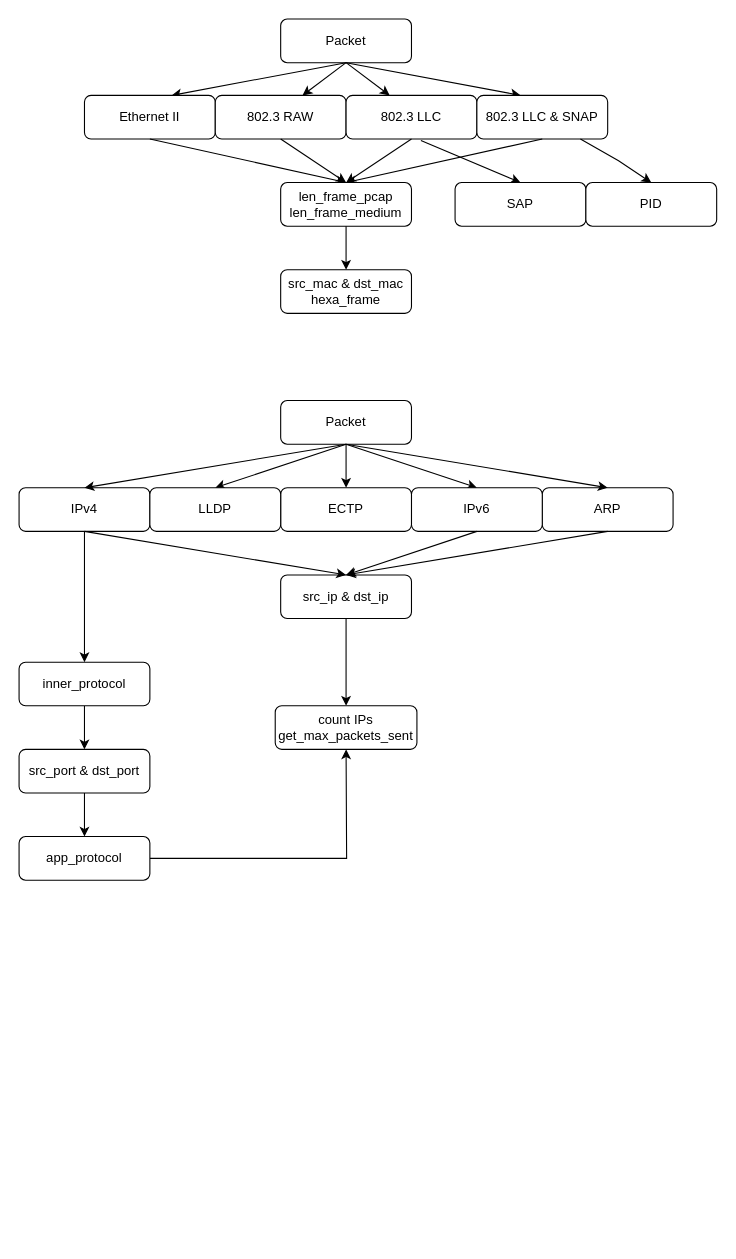
Earlier version of the draw.io diagram Untitled Diagram.drawio (Jammz-kekw/MIP_clanok_AI_in_3D_welding). Source tidied: cells renumbered, new cells numbered last; positions are measured from the earlier drawing's top-left corner, leaving out a move shared by most shapes. Both pictures are drawn from the tidied source at 109%, with x=0, y=0 at pixel (19, 19).
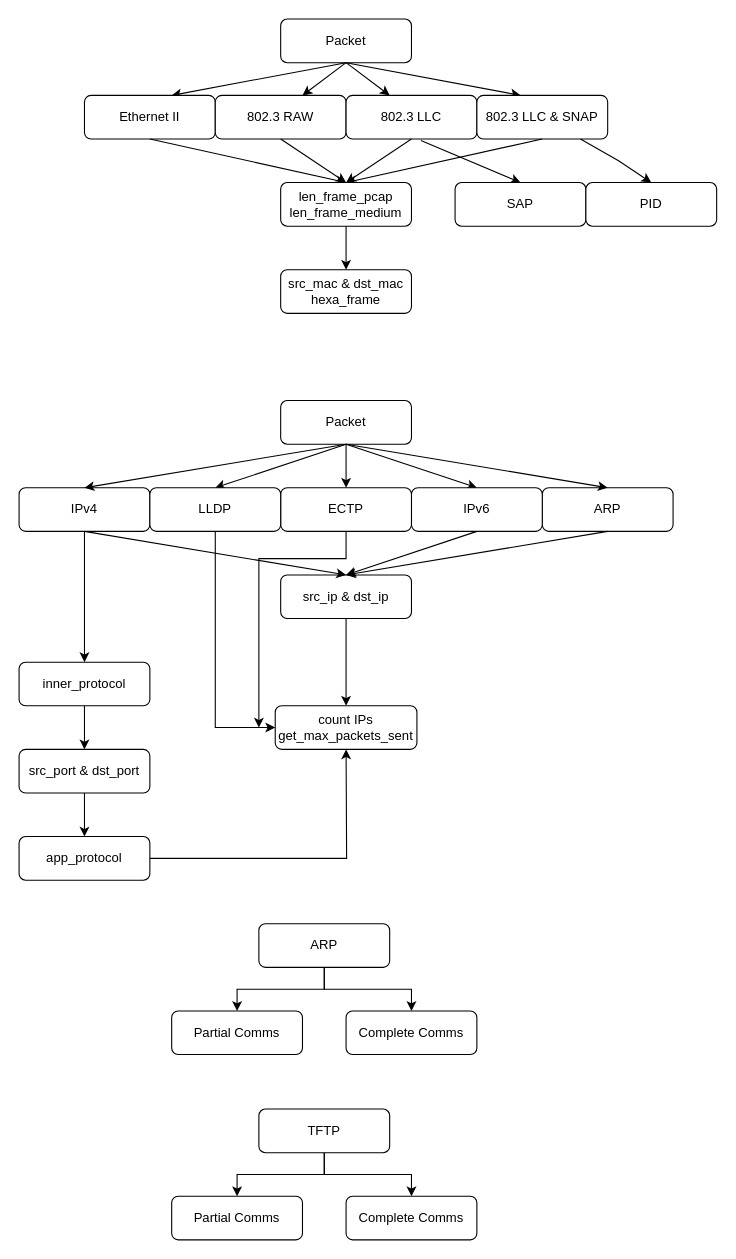
The same page after the edit.

Unchanged cells that the change refers to:
```xml
<mxCell id="28" value="ECTP" style="rounded=1;whiteSpace=wrap;html=1;fontSize=12;glass=0;strokeWidth=1;shadow=0;" parent="1" vertex="1">
  <mxGeometry x="240" y="430" width="120" height="40" as="geometry" />
</mxCell>
<mxCell id="29" value="LLDP" style="rounded=1;whiteSpace=wrap;html=1;fontSize=12;glass=0;strokeWidth=1;shadow=0;" parent="1" vertex="1">
  <mxGeometry x="120" y="430" width="120" height="40" as="geometry" />
</mxCell>
<mxCell id="45" value="count IPs&lt;br&gt;get_max_packets_sent" style="rounded=1;whiteSpace=wrap;html=1;fontSize=12;glass=0;strokeWidth=1;shadow=0;" parent="1" vertex="1">
  <mxGeometry x="235" y="630" width="130" height="40" as="geometry" />
</mxCell>
```

What changed in the source:
```diff
@@
+    <mxCell id="46" style="edgeStyle=orthogonalEdgeStyle;rounded=0;jettySize=auto;html=1;exitX=0.5;exitY=1;exitDx=0;exitDy=0;" parent="1" edge="1" source="28">
+      <mxGeometry relative="1" as="geometry">
+        <mxPoint x="220" y="650" as="targetPoint" />
+        <Array as="points">
+          <mxPoint x="300" y="495" />
+          <mxPoint x="220" y="495" />
+        </Array>
+      </mxGeometry>
+    </mxCell>
@@
+    <mxCell id="47" style="edgeStyle=orthogonalEdgeStyle;rounded=0;jettySize=auto;html=1;exitX=0.5;exitY=1;exitDx=0;exitDy=0;entryX=0;entryY=0.5;entryDx=0;entryDy=0;" parent="1" edge="1" source="29" target="45">
+      <mxGeometry relative="1" as="geometry" />
+    </mxCell>
@@
+    <mxCell id="48" style="edgeStyle=orthogonalEdgeStyle;rounded=0;jettySize=auto;html=1;exitX=0.5;exitY=1;exitDx=0;exitDy=0;" parent="1" edge="1" source="50" target="51">
+      <mxGeometry relative="1" as="geometry" />
+    </mxCell>
+    <mxCell id="49" style="edgeStyle=orthogonalEdgeStyle;rounded=0;jettySize=auto;html=1;exitX=0.5;exitY=1;exitDx=0;exitDy=0;entryX=0.5;entryY=0;entryDx=0;entryDy=0;" parent="1" edge="1" source="50" target="52">
+      <mxGeometry relative="1" as="geometry" />
+    </mxCell>
+    <mxCell id="50" value="ARP" style="rounded=1;whiteSpace=wrap;html=1;fontSize=12;glass=0;strokeWidth=1;shadow=0;" parent="1" vertex="1">
+      <mxGeometry x="220" y="830" width="120" height="40" as="geometry" />
+    </mxCell>
+    <mxCell id="51" value="Partial Comms" style="rounded=1;whiteSpace=wrap;html=1;fontSize=12;glass=0;strokeWidth=1;shadow=0;" parent="1" vertex="1">
+      <mxGeometry x="140" y="910" width="120" height="40" as="geometry" />
+    </mxCell>
+    <mxCell id="52" value="Complete Comms" style="rounded=1;whiteSpace=wrap;html=1;fontSize=12;glass=0;strokeWidth=1;shadow=0;" parent="1" vertex="1">
+      <mxGeometry x="300" y="910" width="120" height="40" as="geometry" />
+    </mxCell>
+    <mxCell id="53" style="edgeStyle=orthogonalEdgeStyle;rounded=0;jettySize=auto;html=1;exitX=0.5;exitY=1;exitDx=0;exitDy=0;" parent="1" edge="1" source="55" target="56">
+      <mxGeometry relative="1" as="geometry" />
+    </mxCell>
+    <mxCell id="54" style="edgeStyle=orthogonalEdgeStyle;rounded=0;jettySize=auto;html=1;exitX=0.5;exitY=1;exitDx=0;exitDy=0;entryX=0.5;entryY=0;entryDx=0;entryDy=0;" parent="1" edge="1" source="55" target="57">
+      <mxGeometry relative="1" as="geometry" />
+    </mxCell>
+    <mxCell id="55" value="TFTP" style="rounded=1;whiteSpace=wrap;html=1;fontSize=12;glass=0;strokeWidth=1;shadow=0;" parent="1" vertex="1">
+      <mxGeometry x="220" y="1000" width="120" height="40" as="geometry" />
+    </mxCell>
+    <mxCell id="56" value="Partial Comms" style="rounded=1;whiteSpace=wrap;html=1;fontSize=12;glass=0;strokeWidth=1;shadow=0;" parent="1" vertex="1">
+      <mxGeometry x="140" y="1080" width="120" height="40" as="geometry" />
+    </mxCell>
+    <mxCell id="57" value="Complete Comms" style="rounded=1;whiteSpace=wrap;html=1;fontSize=12;glass=0;strokeWidth=1;shadow=0;" parent="1" vertex="1">
+      <mxGeometry x="300" y="1080" width="120" height="40" as="geometry" />
+    </mxCell>
```
